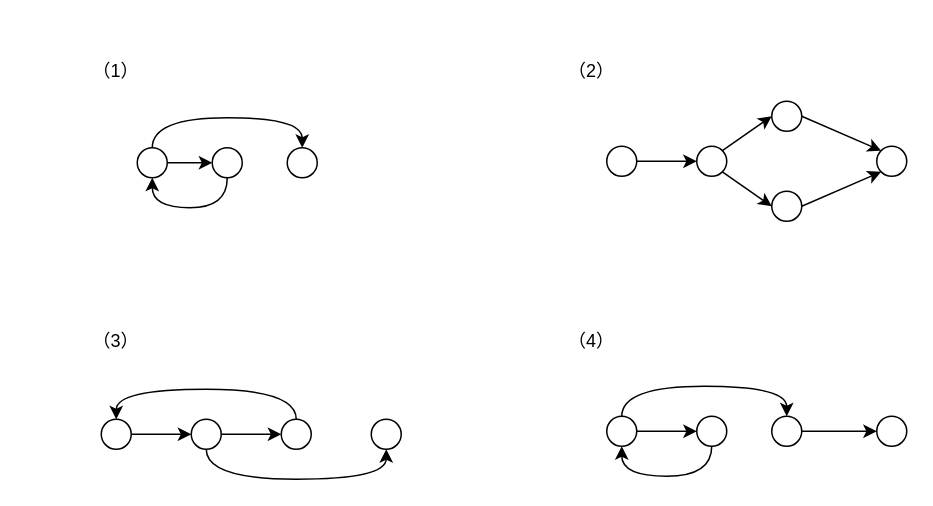
Before: Untitled Diagram2.drawio in ZKX64/Textbook-graph, a draw.io diagram. Source tidied: cells renumbered, new cells numbered last; positions are measured from the earlier drawing's top-left corner, leaving out a move shared by most shapes. Both pictures are drawn from the tidied source at 150%, with x=0, y=0 at pixel (26, 26).
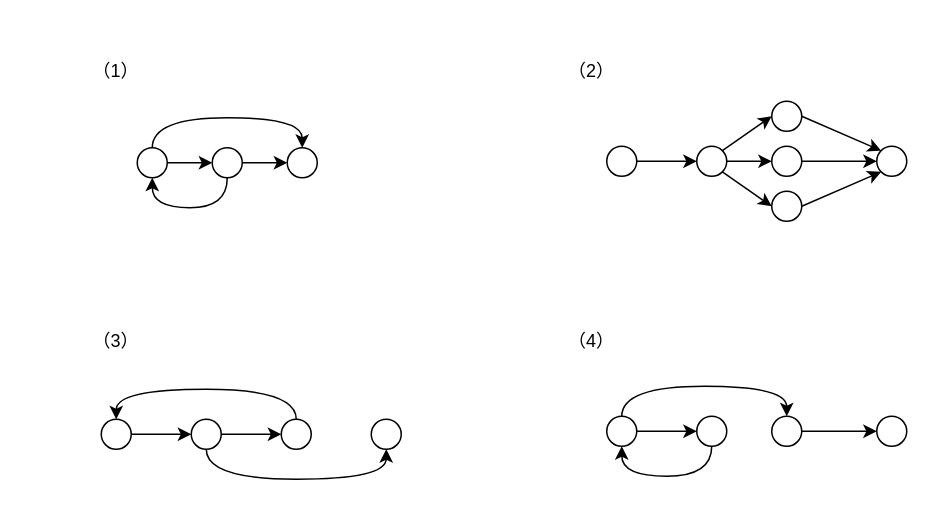
After the change.

Unchanged cells that the change refers to:
```xml
<mxCell id="9" style="ellipse;whiteSpace=wrap;html=1;" parent="1" vertex="1">
  <mxGeometry x="567" y="80" width="20" height="20" as="geometry" />
</mxCell>
<mxCell id="16" style="ellipse;whiteSpace=wrap;html=1;" parent="1" vertex="1">
  <mxGeometry x="447" y="80" width="20" height="20" as="geometry" />
</mxCell>
<mxCell id="23" style="ellipse;whiteSpace=wrap;html=1;" parent="1" vertex="1">
  <mxGeometry x="124" y="81" width="20" height="20" as="geometry" />
</mxCell>
<mxCell id="32" style="ellipse;whiteSpace=wrap;html=1;" parent="1" vertex="1">
  <mxGeometry x="174" y="81" width="20" height="20" as="geometry" />
</mxCell>
```

What changed in the source:
```diff
@@
+    <mxCell id="38" style="edgeStyle=orthogonalEdgeStyle;curved=1;rounded=0;jettySize=auto;html=1;exitX=1;exitY=0.5;exitDx=0;exitDy=0;entryX=0;entryY=0.5;entryDx=0;entryDy=0;" parent="1" edge="1" source="16" target="41">
+      <mxGeometry relative="1" as="geometry" />
+    </mxCell>
@@
+    <mxCell id="39" style="edgeStyle=orthogonalEdgeStyle;curved=1;rounded=0;jettySize=auto;html=1;exitX=1;exitY=0.5;exitDx=0;exitDy=0;entryX=0;entryY=0.5;entryDx=0;entryDy=0;" parent="1" edge="1" source="23" target="32">
+      <mxGeometry relative="1" as="geometry" />
+    </mxCell>
@@
+    <mxCell id="40" style="edgeStyle=orthogonalEdgeStyle;curved=1;rounded=0;jettySize=auto;html=1;exitX=1;exitY=0.5;exitDx=0;exitDy=0;entryX=0;entryY=0.5;entryDx=0;entryDy=0;" parent="1" edge="1" source="41" target="9">
+      <mxGeometry relative="1" as="geometry" />
+    </mxCell>
+    <mxCell id="41" style="ellipse;whiteSpace=wrap;html=1;" parent="1" vertex="1">
+      <mxGeometry x="497" y="80" width="20" height="20" as="geometry" />
+    </mxCell>
```
